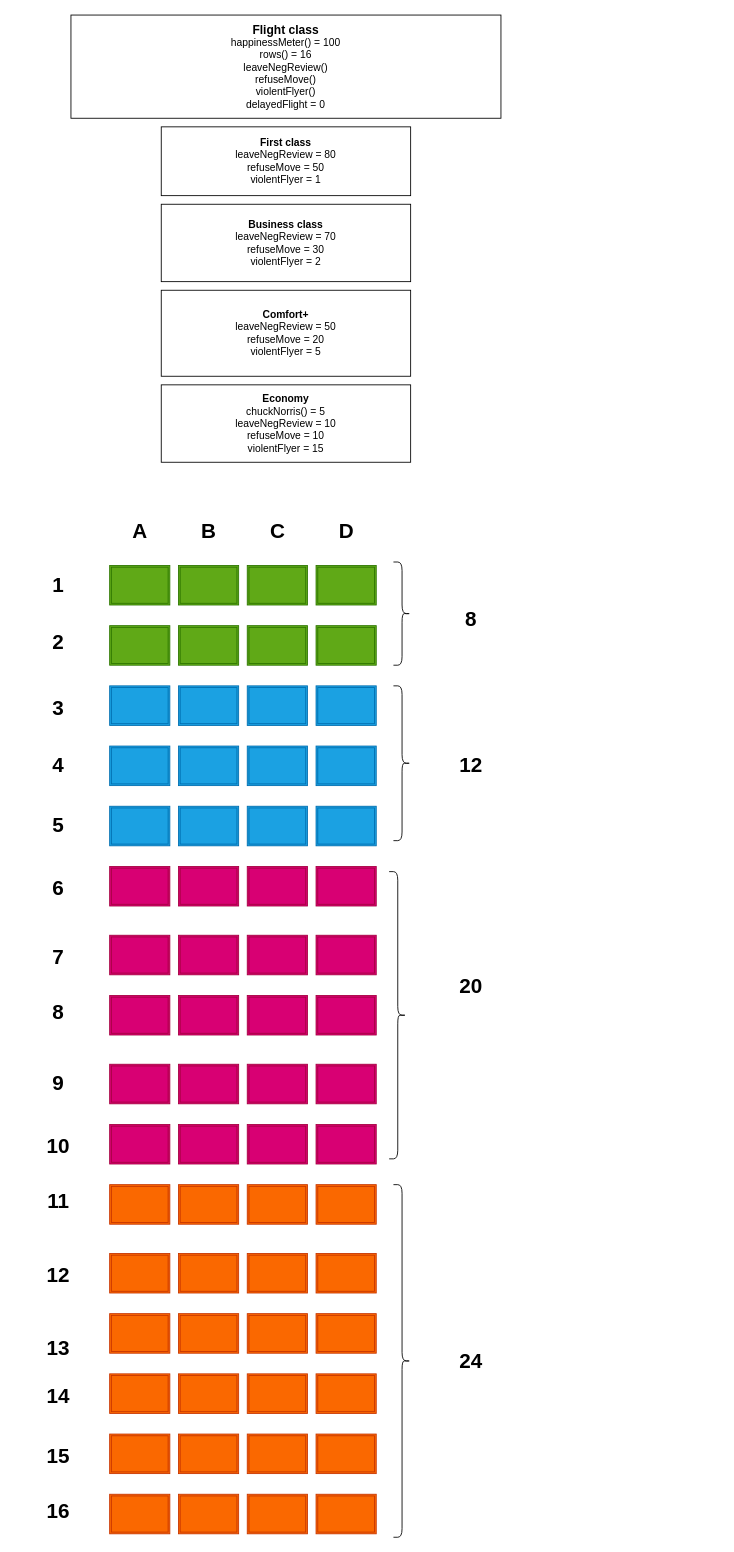
The draw.io diagram python/delta.drawio in fionaeckert/DigitalCraftsWork, before the edit. Source tidied: cells renumbered, new cells numbered last; positions are measured from the earlier drawing's top-left corner, leaving out a move shared by most shapes. Both pictures are drawn from the tidied source at 86%, with x=0, y=0 at pixel (15, 15).
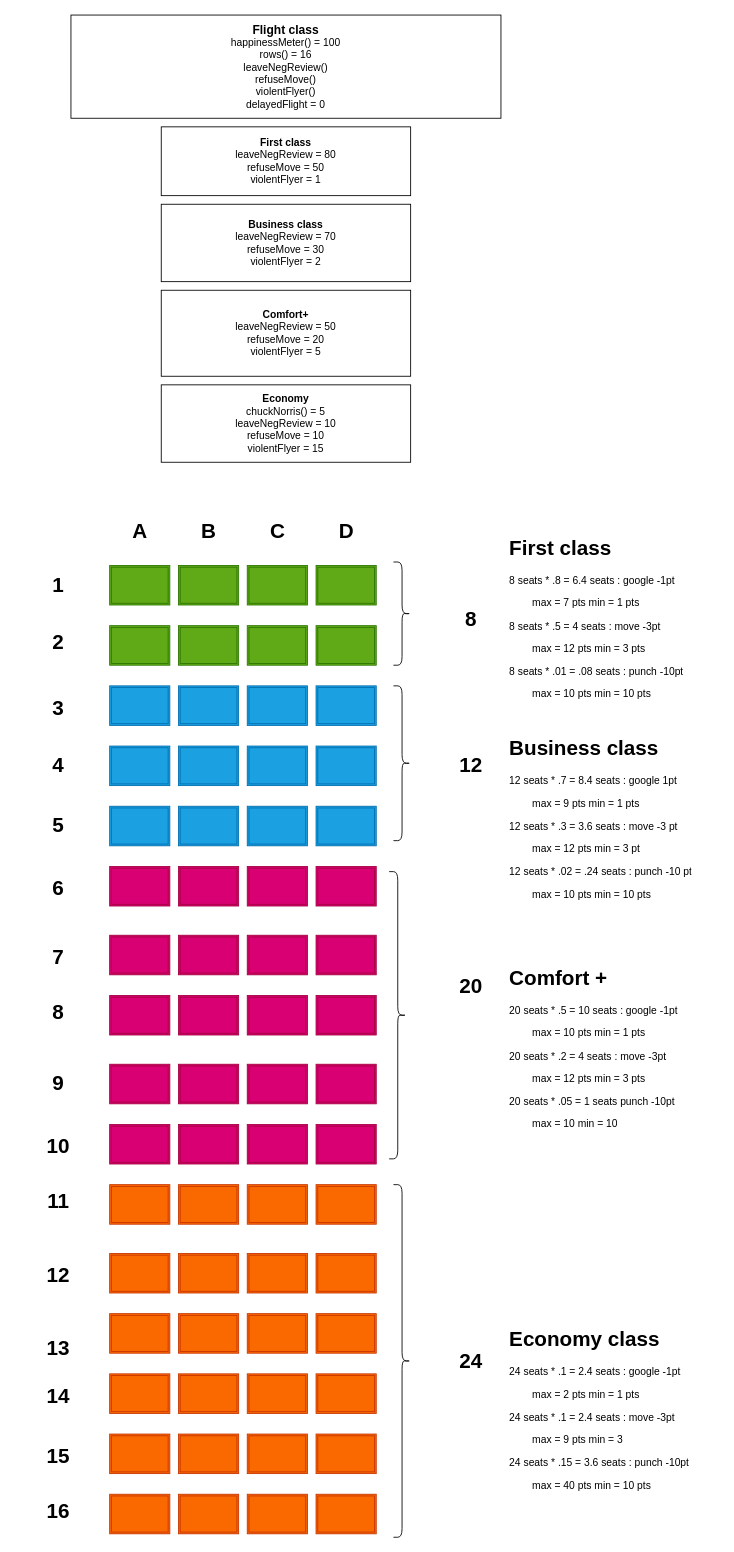
Above is the later version.

Diff of the diagram source:
```diff
@@
+    <mxCell id="99" value="&lt;h1&gt;First class&lt;/h1&gt;&lt;p&gt;8 seats * .8 = 6.4 seats : google -1pt&lt;/p&gt;&lt;p&gt;&lt;span style=&quot;white-space: pre&quot;&gt;&#9;&lt;/span&gt;max = 7 pts min = 1 pts&lt;br&gt;&lt;/p&gt;&lt;p&gt;8 seats * .5 = 4 seats : move -3pt&lt;/p&gt;&lt;p&gt;&lt;span style=&quot;white-space: pre&quot;&gt;&#9;&lt;/span&gt;max = 12 pts min = 3 pts&lt;br&gt;&lt;/p&gt;&lt;p&gt;8 seats * .01 = .08 seats : punch -10pt&lt;/p&gt;&lt;p&gt;&lt;span style=&quot;white-space: pre&quot;&gt;&#9;&lt;/span&gt;max = 10 pts min = 10 pts&lt;br&gt;&lt;/p&gt;" style="text;html=1;strokeColor=none;fillColor=none;spacing=5;spacingTop=-20;whiteSpace=wrap;overflow=hidden;rounded=0;" parent="1" vertex="1">
+      <mxGeometry x="570" y="600" width="220" height="210" as="geometry" />
+    </mxCell>
+    <mxCell id="100" value="&lt;h1&gt;Business class&lt;/h1&gt;&lt;p&gt;12 seats * .7 = 8.4 seats : google 1pt&lt;/p&gt;&lt;p&gt;&lt;span style=&quot;white-space: pre&quot;&gt;&#9;&lt;/span&gt;max = 9 pts min = 1 pts&lt;br&gt;&lt;/p&gt;&lt;p&gt;12 seats * .3 = 3.6 seats : move -3 pt&lt;/p&gt;&lt;p&gt;&lt;span style=&quot;white-space: pre&quot;&gt;&#9;&lt;/span&gt;max = 12 pts min = 3 pt&lt;br&gt;&lt;/p&gt;&lt;p&gt;12 seats * .02 = .24 seats : punch -10 pt&lt;/p&gt;&lt;p&gt;&lt;span style=&quot;white-space: pre&quot;&gt;&#9;&lt;/span&gt;max = 10 pts min = 10 pts&lt;br&gt;&lt;/p&gt;" style="text;html=1;strokeColor=none;fillColor=none;spacing=5;spacingTop=-20;whiteSpace=wrap;overflow=hidden;rounded=0;" parent="1" vertex="1">
+      <mxGeometry x="570" y="833" width="230" height="220" as="geometry" />
+    </mxCell>
+    <mxCell id="101" value="&lt;h1&gt;Comfort +&lt;/h1&gt;&lt;p&gt;20 seats * .5 = 10 seats : google -1pt&lt;/p&gt;&lt;p&gt;&lt;span style=&quot;white-space: pre&quot;&gt;&#9;&lt;/span&gt;max = 10 pts min = 1 pts&lt;/p&gt;&lt;p&gt;20 seats * .2 = 4 seats : move -3pt&lt;/p&gt;&lt;p&gt;&lt;span style=&quot;white-space: pre&quot;&gt;&#9;&lt;/span&gt;max = 12 pts min = 3 pts&lt;br&gt;&lt;/p&gt;&lt;p&gt;20 seats * .05 = 1 seats punch -10pt&lt;/p&gt;&lt;p&gt;&lt;span style=&quot;white-space: pre&quot;&gt;&#9;&lt;/span&gt;max = 10 min = 10&lt;br&gt;&lt;/p&gt;" style="text;html=1;strokeColor=none;fillColor=none;spacing=5;spacingTop=-20;whiteSpace=wrap;overflow=hidden;rounded=0;" parent="1" vertex="1">
+      <mxGeometry x="570" y="1100" width="230" height="210" as="geometry" />
+    </mxCell>
+    <mxCell id="102" value="&lt;h1&gt;Economy class&lt;/h1&gt;&lt;p&gt;24 seats * .1 = 2.4 seats : google -1pt&lt;/p&gt;&lt;p&gt;&amp;nbsp;&lt;span style=&quot;white-space: pre&quot;&gt;&#9;&lt;/span&gt;max = 2 pts min = 1 pts&lt;/p&gt;&lt;p&gt;24 seats * .1 = 2.4 seats : move -3pt&lt;/p&gt;&lt;p&gt;&lt;span style=&quot;white-space: pre&quot;&gt;&#9;&lt;/span&gt;max = 9 pts min = 3&lt;br&gt;&lt;/p&gt;&lt;p&gt;24 seats * .15 = 3.6 seats : punch -10pt&lt;/p&gt;&lt;p&gt;&lt;span style=&quot;white-space: pre&quot;&gt;&#9;&lt;/span&gt;max = 40 pts min = 10 pts&amp;nbsp;&lt;/p&gt;" style="text;html=1;strokeColor=none;fillColor=none;spacing=5;spacingTop=-20;whiteSpace=wrap;overflow=hidden;rounded=0;" parent="1" vertex="1">
+      <mxGeometry x="570" y="1520" width="250" height="230" as="geometry" />
+    </mxCell>
```
